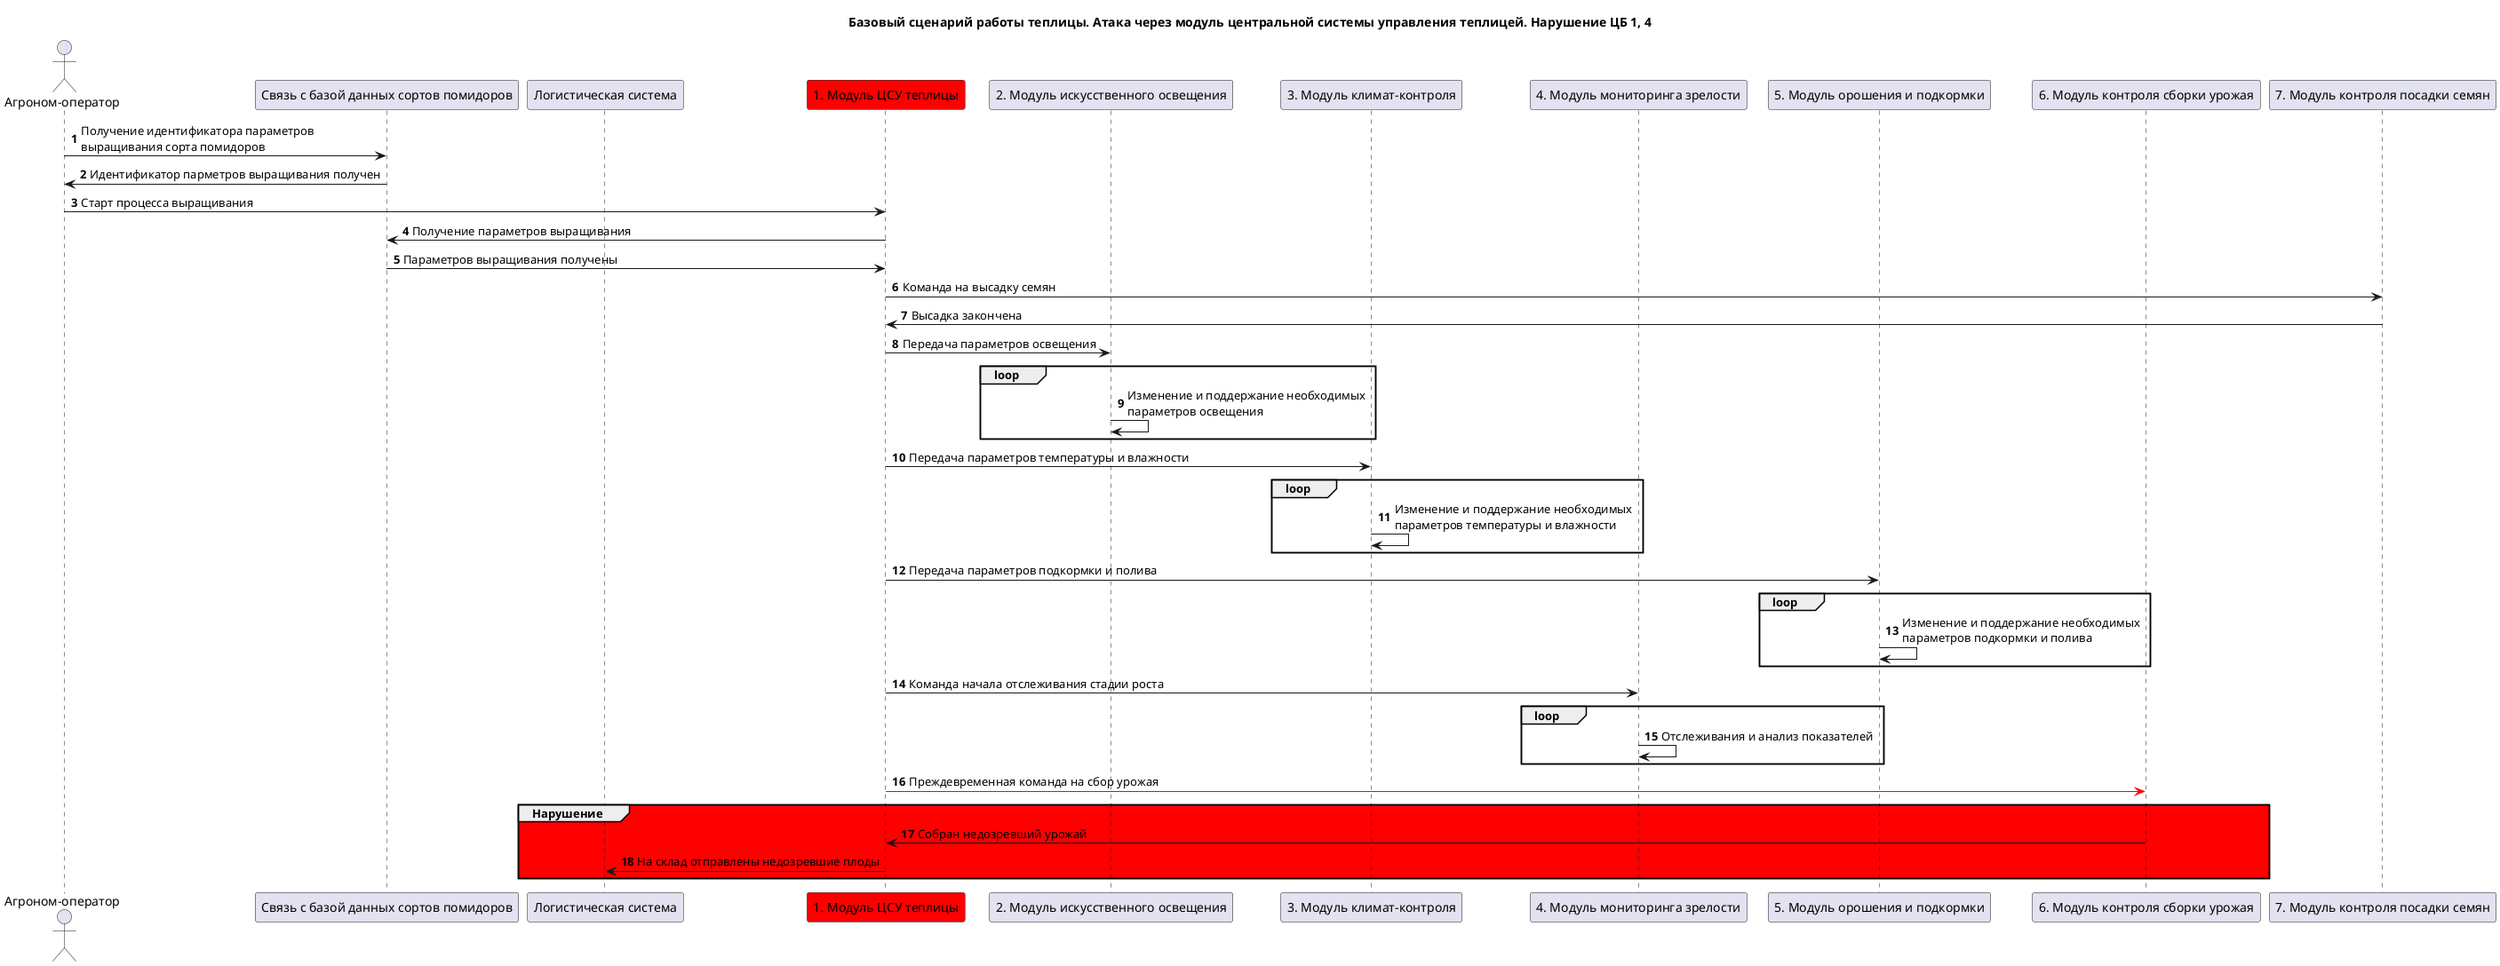
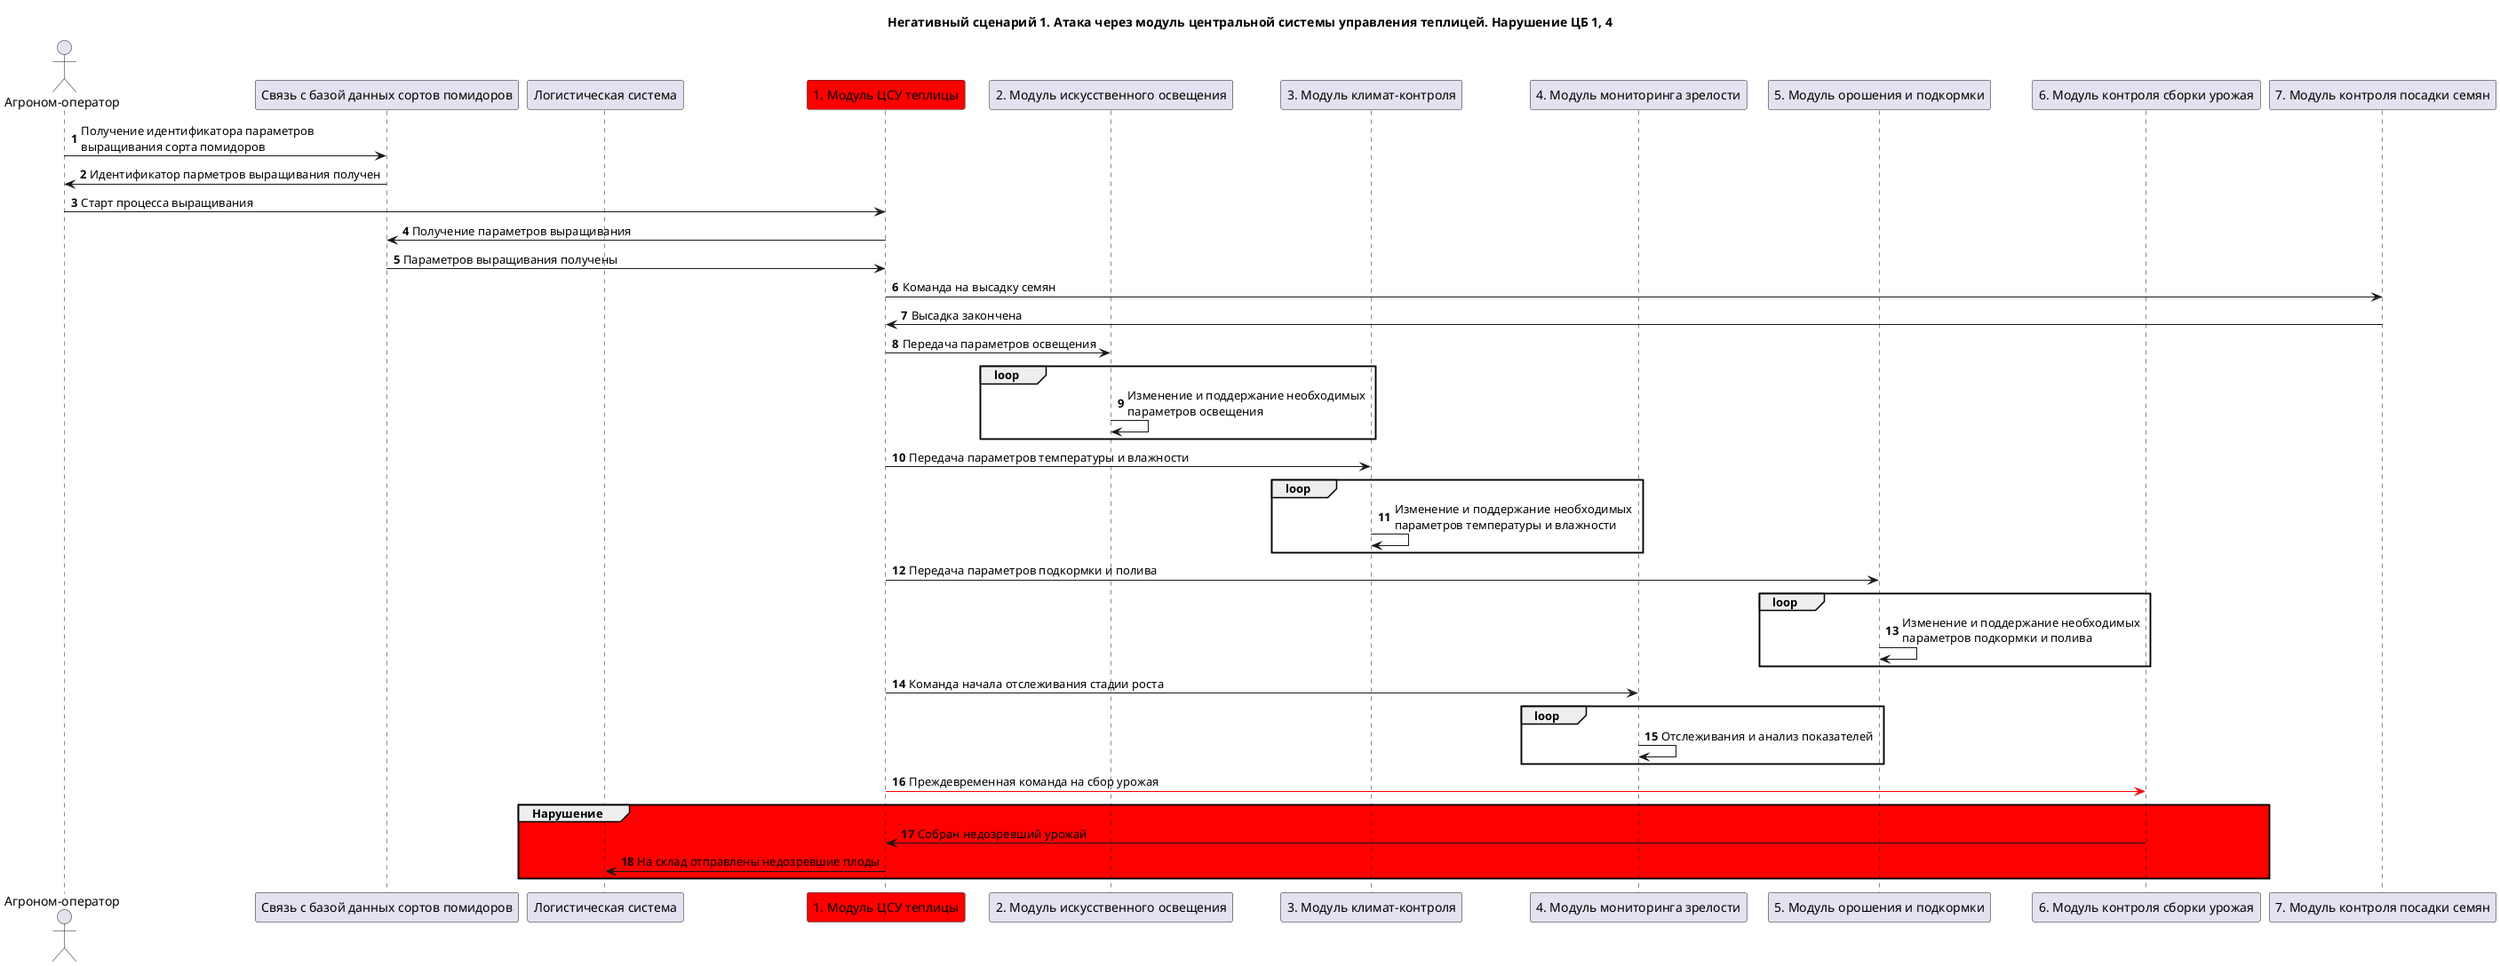
@startuml "ns-1"

- title "Базовый сценарий работы теплицы. Атака через модуль центральной системы управления теплицей. Нарушение ЦБ 1, 4"
+ title "Негативный сценарий 1. Атака через модуль центральной системы управления теплицей. Нарушение ЦБ 1, 4"

actor "Агроном-оператор" as operator
participant "Связь с базой данных сортов помидоров" as tomato_db
participant "Логистическая система" as logistics_system
participant "1. Модуль ЦСУ теплицы" as main_control_module #red
participant "2. Модуль искусственного освещения" as lighting_module
participant "3. Модуль климат-контроля" as climate_control_module
participant "4. Модуль мониторинга зрелости" as ripeness_monitor_module
participant "5. Модуль орошения и подкормки" as irrigation_module
participant "6. Модуль контроля сборки урожая" as harvesting_module
participant "7. Модуль контроля посадки семян" as planting_module

autonumber

operator -> tomato_db: Получение идентификатора параметров\nвыращивания сорта помидоров
tomato_db -> operator: Идентификатор парметров выращивания получен

operator -> main_control_module: Старт процесса выращивания

main_control_module -> tomato_db: Получение параметров выращивания
tomato_db -> main_control_module: Параметров выращивания получены

main_control_module -> planting_module: Команда на высадку семян
planting_module -> main_control_module: Высадка закончена

main_control_module -> lighting_module: Передача параметров освещения
loop
lighting_module -> lighting_module: Изменение и поддержание необходимых\nпараметров освещения
end

main_control_module -> climate_control_module: Передача параметров температуры и влажности
loop
climate_control_module -> climate_control_module: Изменение и поддержание необходимых\nпараметров температуры и влажности
end

main_control_module -> irrigation_module: Передача параметров подкормки и полива
loop
irrigation_module -> irrigation_module: Изменение и поддержание необходимых\nпараметров подкормки и полива
end

main_control_module -> ripeness_monitor_module: Команда начала отслеживания стадии роста
loop
ripeness_monitor_module -> ripeness_monitor_module: Отслеживания и анализ показателей
end

main_control_module -[#red]> harvesting_module: Преждевременная команда на сбор урожая

group #red Нарушение
harvesting_module -> main_control_module: Собран недозревший урожай

main_control_module -> logistics_system: На склад отправлены недозревшие плоды
end

@enduml